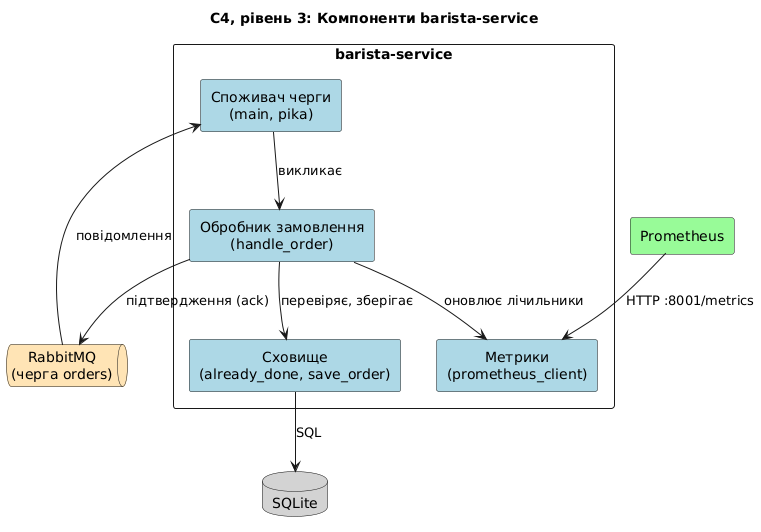
Kirrik1920/coffee-shop-information-system keeps this PlantUML diagram as docs/diagrams/c4-3-component.png. Above is the earlier version.
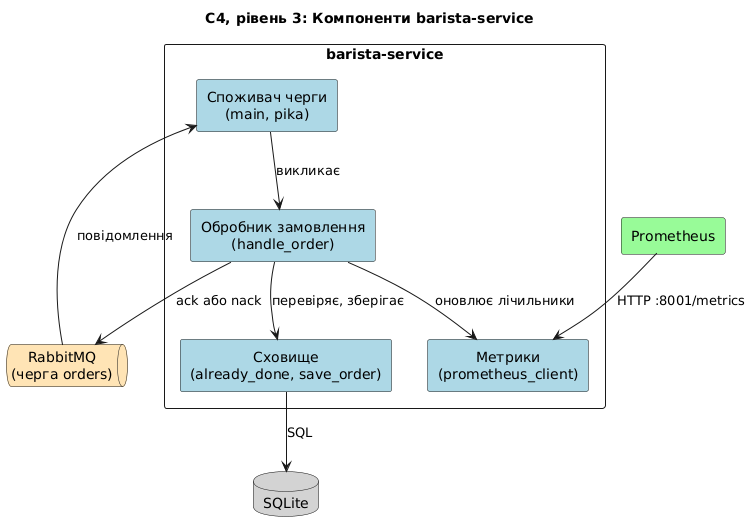
The same diagram one commit later.

Diff of the diagram source:
```diff
@@ -20,5 +20,5 @@
 storage --> db : SQL
 handler --> metrics : оновлює лічильники
 prom --> metrics : HTTP :8001/metrics
-handler --> rabbit : підтвердження (ack)
+handler --> rabbit : ack або nack
 @enduml
```
